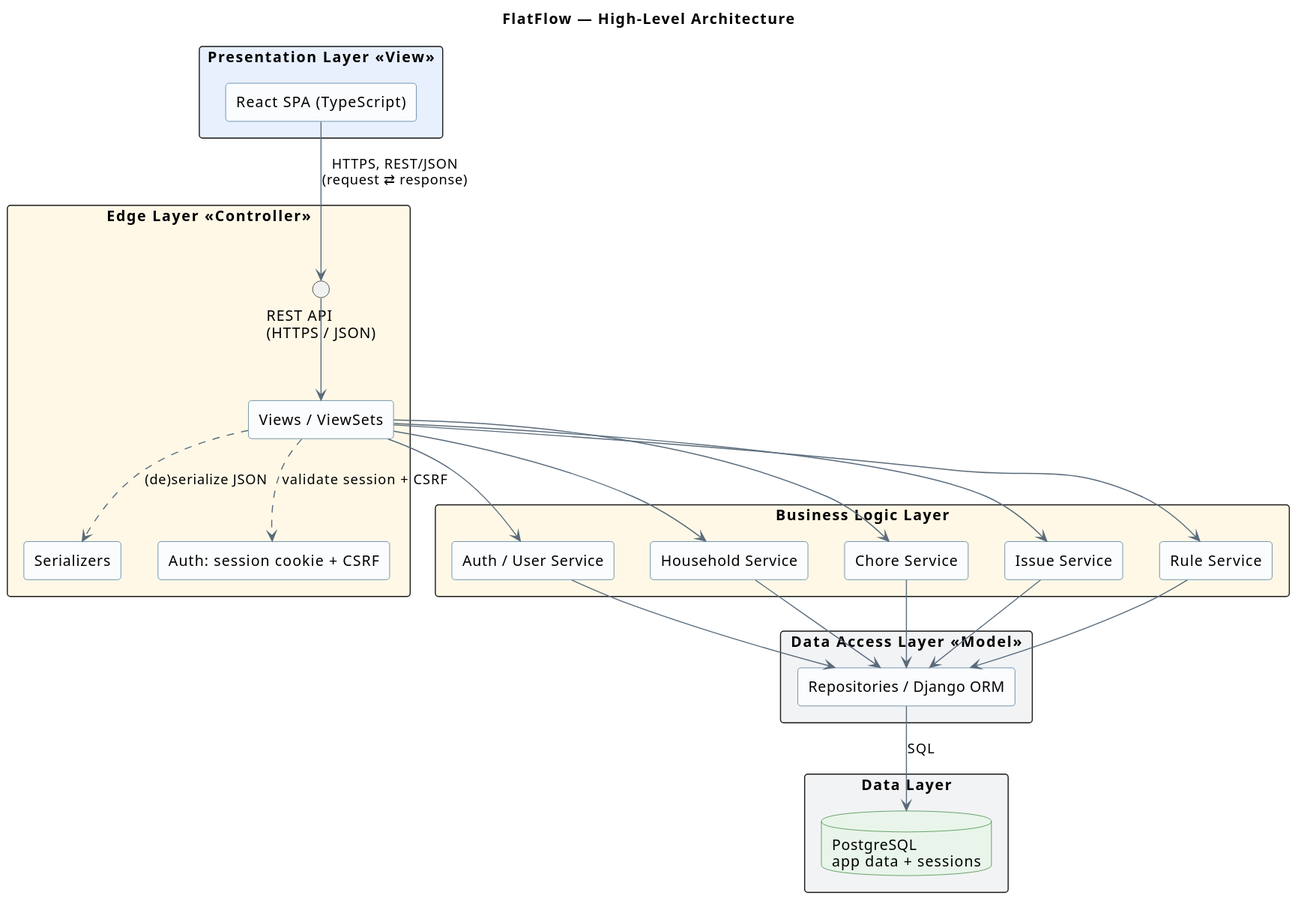
Earlier version of the PlantUML export docs/architecture/uml/high-level-design.svg (anastasiaaq/FlatFlow). Its diagram source:
```plantuml
@startuml
title FlatFlow — High-Level Architecture

skinparam componentStyle rectangle
skinparam packageStyle rectangle
skinparam shadowing false
skinparam roundcorner 6
skinparam defaultFontName "Segoe UI"
skinparam component {
  BorderColor #3C6E91
  BackgroundColor #FBFCFE
}
skinparam database {
  BorderColor #2E7D32
  BackgroundColor #E9F5EA
}
skinparam ArrowColor #5A6B7B

package "Presentation Layer  «View»" #E8F0FE {
  [React SPA (TypeScript)] as SPA
}

package "Edge Layer  «Controller»" #FFF8E7 {
  interface "REST API\n(HTTPS / JSON)" as REST
  [Views / ViewSets] as CTRL
  [Serializers] as SER
  [Auth: session cookie + CSRF] as AUTH
}

package "Business Logic Layer" #FFF8E7 {
  [Auth / User Service] as S_AUTH
  [Household Service] as S_HH
  [Chore Service] as S_CHORE
  [Issue Service] as S_ISSUE
  [Rule Service] as S_RULE
}

package "Data Access Layer  «Model»" #F2F3F5 {
  [Repositories / Django ORM] as REPO
}

package "Data Layer" #F2F3F5 {
  database "PostgreSQL\napp data + sessions" as DB
}

SPA  --> REST : HTTPS, REST/JSON\n(request ⇄ response)
REST --> CTRL
CTRL ..> AUTH : validate session + CSRF
CTRL ..> SER  : (de)serialize JSON
CTRL --> S_AUTH
CTRL --> S_HH
CTRL --> S_CHORE
CTRL --> S_ISSUE
CTRL --> S_RULE
S_AUTH  --> REPO
S_HH    --> REPO
S_CHORE --> REPO
S_ISSUE --> REPO
S_RULE  --> REPO
REPO --> DB : SQL
@enduml
```
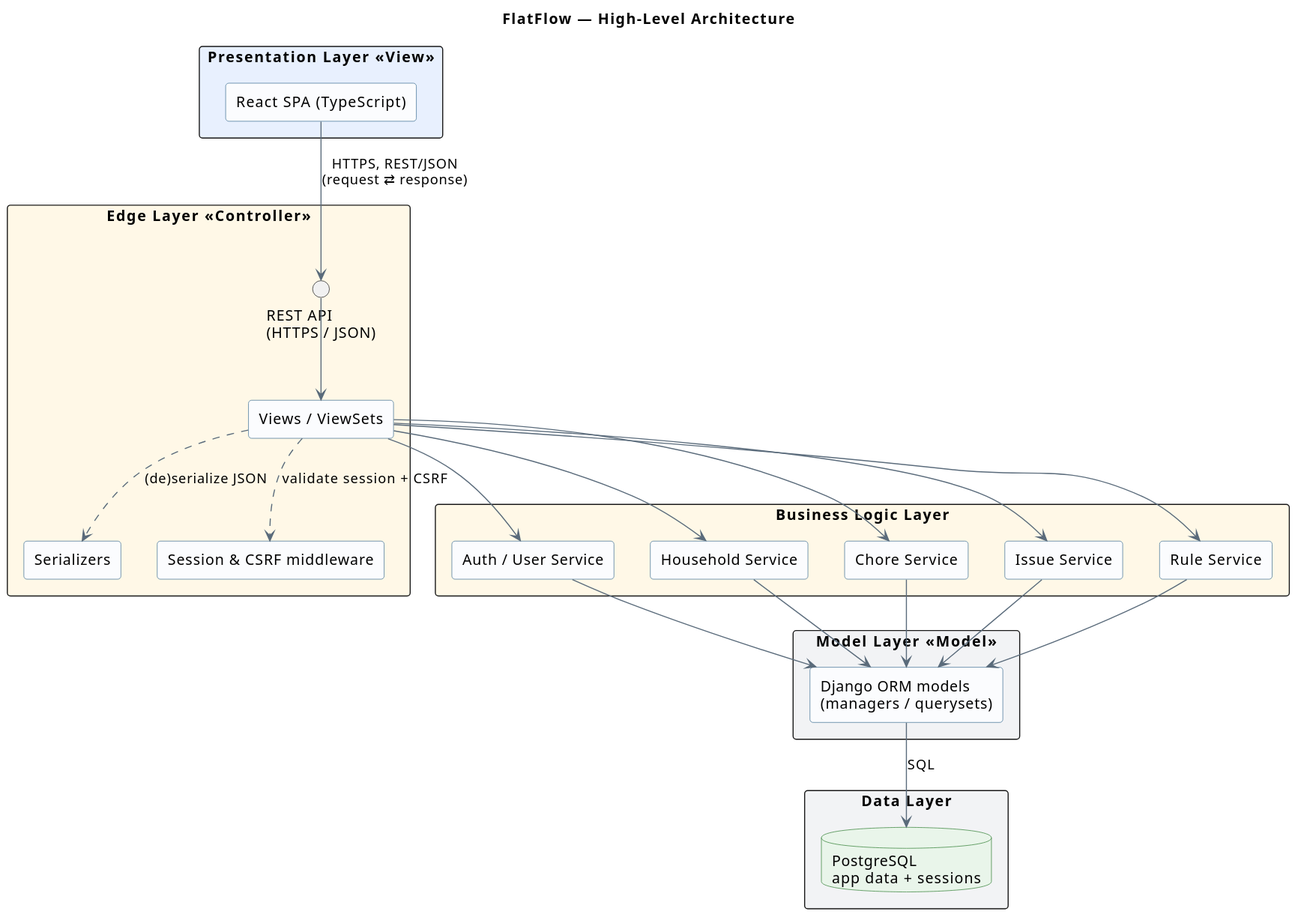
The same diagram one commit later.

Commit message:
docs(#33): polish the diagram

Change to the diagram source:
```diff
@@ -24,7 +24,7 @@
   interface "REST API\n(HTTPS / JSON)" as REST
   [Views / ViewSets] as CTRL
   [Serializers] as SER
-  [Auth: session cookie + CSRF] as AUTH
+  [Session & CSRF middleware] as AUTH
 }
 
 package "Business Logic Layer" #FFF8E7 {
@@ -35,8 +35,8 @@
   [Rule Service] as S_RULE
 }
 
-package "Data Access Layer  «Model»" #F2F3F5 {
-  [Repositories / Django ORM] as REPO
+package "Model Layer  «Model»" #F2F3F5 {
+  [Django ORM models\n(managers / querysets)] as MODEL
 }
 
 package "Data Layer" #F2F3F5 {
@@ -52,10 +52,10 @@
 CTRL --> S_CHORE
 CTRL --> S_ISSUE
 CTRL --> S_RULE
-S_AUTH  --> REPO
-S_HH    --> REPO
-S_CHORE --> REPO
-S_ISSUE --> REPO
-S_RULE  --> REPO
-REPO --> DB : SQL
+S_AUTH  --> MODEL
+S_HH    --> MODEL
+S_CHORE --> MODEL
+S_ISSUE --> MODEL
+S_RULE  --> MODEL
+MODEL --> DB : SQL
 @enduml
```
